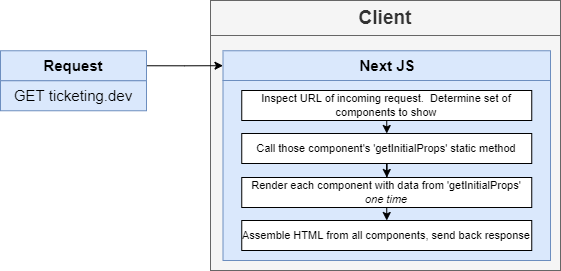
This is documents/assets/client/client-ssr.png from MicroDevHub/book-store-app, a draw.io export, as it was before one commit. Source tidied: cells renumbered, new cells last; positions are measured from the earlier drawing's top-left corner, leaving out a move shared by most shapes. Source of this version:
```xml
<mxGraphModel>
  <root>
    <mxCell id="0" />
    <mxCell id="1" parent="0" />
    <mxCell id="2" value="Client" style="rounded=0;whiteSpace=wrap;html=1;fillColor=#f5f5f5;strokeColor=#666666;fontColor=#333333;fontStyle=1;fontSize=19;" parent="1" vertex="1">
      <mxGeometry x="210" width="350" height="35" as="geometry" />
    </mxCell>
    <mxCell id="3" style="rounded=0;whiteSpace=wrap;html=1;fillColor=#f5f5f5;strokeColor=#666666;fontColor=#333333;fontStyle=1;fontSize=19;" parent="1" vertex="1">
      <mxGeometry x="210" y="35" width="350" height="235" as="geometry" />
    </mxCell>
    <mxCell id="4" value="Next JS" style="rounded=0;whiteSpace=wrap;html=1;fontSize=15;fontStyle=1;fillColor=#dae8fc;strokeColor=#6c8ebf;" parent="1" vertex="1">
      <mxGeometry x="222.5" y="50.3" width="327.5" height="29.7" as="geometry" />
    </mxCell>
    <mxCell id="5" style="rounded=0;whiteSpace=wrap;html=1;fontSize=15;fontStyle=1;fillColor=#dae8fc;strokeColor=#6c8ebf;" parent="1" vertex="1">
      <mxGeometry x="222.5" y="80" width="327.5" height="180" as="geometry" />
    </mxCell>
    <mxCell id="6" style="edgeStyle=orthogonalEdgeStyle;rounded=0;jettySize=auto;html=1;exitX=0.5;exitY=1;exitDx=0;exitDy=0;entryX=0.5;entryY=0;entryDx=0;entryDy=0;fontSize=11;" parent="1" edge="1" source="7" target="9">
      <mxGeometry relative="1" as="geometry" />
    </mxCell>
    <mxCell id="7" value="Inspect URL of incoming request.&amp;nbsp; Determine set of components to show" style="rounded=0;whiteSpace=wrap;html=1;fontSize=11;align=center;" parent="1" vertex="1">
      <mxGeometry x="241.2" y="90" width="290" height="30" as="geometry" />
    </mxCell>
    <mxCell id="8" style="edgeStyle=orthogonalEdgeStyle;rounded=0;jettySize=auto;html=1;exitX=0.5;exitY=1;exitDx=0;exitDy=0;fontSize=11;" parent="1" edge="1" source="9" target="11">
      <mxGeometry relative="1" as="geometry" />
    </mxCell>
    <mxCell id="9" value="Call those component's 'getInitialProps' static method" style="rounded=0;whiteSpace=wrap;html=1;fontSize=11;align=center;" parent="1" vertex="1">
      <mxGeometry x="241.2" y="133" width="290" height="30" as="geometry" />
    </mxCell>
    <mxCell id="10" style="edgeStyle=orthogonalEdgeStyle;rounded=0;jettySize=auto;html=1;exitX=0.5;exitY=1;exitDx=0;exitDy=0;entryX=0.5;entryY=0;entryDx=0;entryDy=0;fontSize=11;" parent="1" edge="1" source="11" target="12">
      <mxGeometry relative="1" as="geometry" />
    </mxCell>
    <mxCell id="11" value="Render each component with data from 'getInitialProps' &lt;i&gt;one time&lt;/i&gt;" style="rounded=0;whiteSpace=wrap;html=1;fontSize=11;align=center;" parent="1" vertex="1">
      <mxGeometry x="241.2" y="177" width="290" height="30" as="geometry" />
    </mxCell>
    <mxCell id="12" value="Assemble HTML from all components, send back response" style="rounded=0;whiteSpace=wrap;html=1;fontSize=11;align=center;" parent="1" vertex="1">
      <mxGeometry x="241.2" y="220" width="290" height="30" as="geometry" />
    </mxCell>
    <mxCell id="13" style="edgeStyle=orthogonalEdgeStyle;rounded=0;jettySize=auto;html=1;exitX=1;exitY=0.5;exitDx=0;exitDy=0;fontSize=11;" parent="1" edge="1" source="14" target="4">
      <mxGeometry relative="1" as="geometry" />
    </mxCell>
    <mxCell id="14" value="Request" style="rounded=0;whiteSpace=wrap;html=1;fontSize=15;fillColor=#dae8fc;strokeColor=#6c8ebf;fontStyle=1;" parent="1" vertex="1">
      <mxGeometry y="50.3" width="146" height="30" as="geometry" />
    </mxCell>
    <mxCell id="15" value="&lt;span style=&quot;font-weight: normal&quot;&gt;GET ticketing.dev&lt;/span&gt;" style="rounded=0;whiteSpace=wrap;html=1;fontSize=15;fillColor=#dae8fc;strokeColor=#6c8ebf;fontStyle=1;" parent="1" vertex="1">
      <mxGeometry y="80.3" width="146" height="30" as="geometry" />
    </mxCell>
  </root>
</mxGraphModel>
```
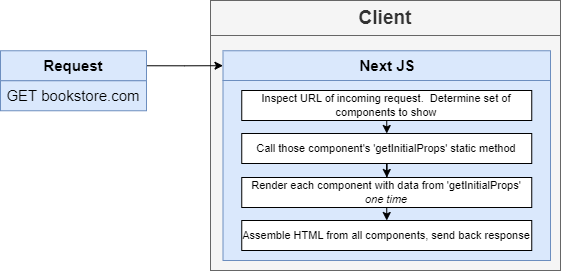
After the change.

Diff of the diagram source:
```diff
@@ -41,7 +41,7 @@
     <mxCell id="14" value="Request" style="rounded=0;whiteSpace=wrap;html=1;fontSize=15;fillColor=#dae8fc;strokeColor=#6c8ebf;fontStyle=1;" parent="1" vertex="1">
       <mxGeometry y="50.3" width="146" height="30" as="geometry" />
     </mxCell>
-    <mxCell id="15" value="&lt;span style=&quot;font-weight: normal&quot;&gt;GET ticketing.dev&lt;/span&gt;" style="rounded=0;whiteSpace=wrap;html=1;fontSize=15;fillColor=#dae8fc;strokeColor=#6c8ebf;fontStyle=1;" parent="1" vertex="1">
+    <mxCell id="15" value="&lt;span style=&quot;font-weight: normal&quot;&gt;GET bookstore.com&lt;/span&gt;" style="rounded=0;whiteSpace=wrap;html=1;fontSize=15;fillColor=#dae8fc;strokeColor=#6c8ebf;fontStyle=1;" parent="1" vertex="1">
       <mxGeometry y="80.3" width="146" height="30" as="geometry" />
     </mxCell>
   </root>
```
